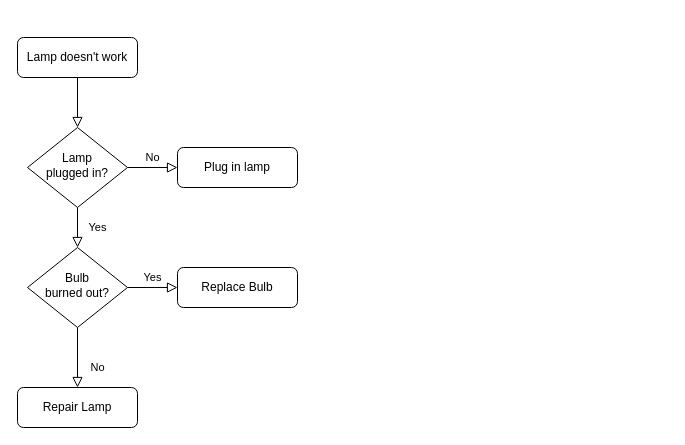
Above: Java 中构造哈希函数.drawio in sunplanter/DSA (draw.io), before the change. Source tidied: cells renumbered, new cells numbered last; positions are measured from the earlier drawing's top-left corner, leaving out a move shared by most shapes. Both pictures are drawn from the tidied source at 100%, with x=0, y=0 at pixel (17, 37).
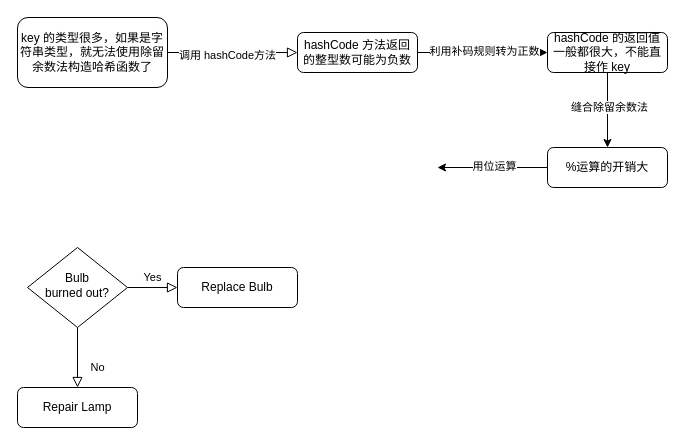
After the change.

Commit message:
更新Java 中构造哈希函数.drawio

The change refers to these unchanged cells:
```xml
<mxCell id="10" value="Bulb&lt;br&gt;burned out?" style="rhombus;whiteSpace=wrap;html=1;shadow=0;fontFamily=Helvetica;fontSize=12;align=center;strokeWidth=1;spacing=6;spacingTop=-4;" parent="1" vertex="1">
  <mxGeometry x="10" y="210" width="100" height="80" as="geometry" />
</mxCell>
```

Change to the diagram source:
```diff
@@
-    <mxCell id="2" style="rounded=0;html=1;jettySize=auto;fontSize=11;endArrow=block;endFill=0;endSize=8;strokeWidth=1;shadow=0;labelBackgroundColor=none;edgeStyle=orthogonalEdgeStyle;" parent="1" edge="1" source="3" target="6">
+    <mxCell id="2" style="rounded=0;html=1;jettySize=auto;fontSize=11;endArrow=block;endFill=0;endSize=8;strokeWidth=1;shadow=0;labelBackgroundColor=none;edgeStyle=orthogonalEdgeStyle;entryX=0;entryY=0.5;entryDx=0;entryDy=0;" parent="1" edge="1" source="3" target="7">
       <mxGeometry relative="1" as="geometry" />
     </mxCell>
+    <mxCell id="13" value="调用 hashCode方法" style="edgeLabel;html=1;align=center;verticalAlign=middle;" parent="2" vertex="1">
+      <mxGeometry x="-0.09" y="-2" relative="1" as="geometry" />
+    </mxCell>
-    <mxCell id="3" value="Lamp doesn't work" style="rounded=1;whiteSpace=wrap;html=1;fontSize=12;glass=0;strokeWidth=1;shadow=0;" parent="1" vertex="1">
-      <mxGeometry width="120" height="40" as="geometry" />
+    <mxCell id="3" value="key 的类型很多，如果是字符串类型，就无法使用除留余数法构造哈希函数了" style="rounded=1;whiteSpace=wrap;html=1;fontSize=12;glass=0;strokeWidth=1;shadow=0;" parent="1" vertex="1">
+      <mxGeometry y="-20" width="150" height="70" as="geometry" />
     </mxCell>
-    <mxCell id="4" value="Yes" style="rounded=0;html=1;jettySize=auto;fontSize=11;endArrow=block;endFill=0;endSize=8;strokeWidth=1;shadow=0;labelBackgroundColor=none;edgeStyle=orthogonalEdgeStyle;" parent="1" edge="1" source="6" target="10">
-      <mxGeometry y="20" relative="1" as="geometry" />
-    </mxCell>
-    <mxCell id="5" value="No" style="edgeStyle=orthogonalEdgeStyle;rounded=0;html=1;jettySize=auto;fontSize=11;endArrow=block;endFill=0;endSize=8;strokeWidth=1;shadow=0;labelBackgroundColor=none;" parent="1" edge="1" source="6" target="7">
-      <mxGeometry y="10" relative="1" as="geometry" />
-    </mxCell>
-    <mxCell id="6" value="Lamp&lt;br&gt;plugged in?" style="rhombus;whiteSpace=wrap;html=1;shadow=0;fontFamily=Helvetica;fontSize=12;align=center;strokeWidth=1;spacing=6;spacingTop=-4;" parent="1" vertex="1">
-      <mxGeometry x="10" y="90" width="100" height="80" as="geometry" />
-    </mxCell>
+    <mxCell id="14" style="edgeStyle=orthogonalEdgeStyle;rounded=0;jettySize=auto;html=1;exitX=1;exitY=0.5;exitDx=0;exitDy=0;entryX=0;entryY=0.5;entryDx=0;entryDy=0;" parent="1" edge="1" source="7" target="18">
+      <mxGeometry relative="1" as="geometry" />
+    </mxCell>
+    <mxCell id="15" value="利用补码规则转为正数" style="edgeLabel;html=1;align=center;verticalAlign=middle;" parent="14" vertex="1">
+      <mxGeometry x="0.01" y="2" relative="1" as="geometry" />
+    </mxCell>
-    <mxCell id="7" value="Plug in lamp" style="rounded=1;whiteSpace=wrap;html=1;fontSize=12;glass=0;strokeWidth=1;shadow=0;" parent="1" vertex="1">
-      <mxGeometry x="160" y="110" width="120" height="40" as="geometry" />
+    <mxCell id="7" value="hashCode 方法返回的整型数可能为负数" style="rounded=1;whiteSpace=wrap;html=1;fontSize=12;glass=0;strokeWidth=1;shadow=0;" parent="1" vertex="1">
+      <mxGeometry x="280" y="-5" width="120" height="40" as="geometry" />
     </mxCell>
@@
+    <mxCell id="16" style="edgeStyle=orthogonalEdgeStyle;rounded=0;jettySize=auto;html=1;exitX=0.5;exitY=1;exitDx=0;exitDy=0;entryX=0.5;entryY=0;entryDx=0;entryDy=0;" parent="1" edge="1" source="18" target="21">
+      <mxGeometry relative="1" as="geometry" />
+    </mxCell>
+    <mxCell id="17" value="缝合除留余数法" style="edgeLabel;html=1;align=center;verticalAlign=middle;" parent="16" vertex="1">
+      <mxGeometry x="-0.09" y="1" relative="1" as="geometry" />
+    </mxCell>
+    <mxCell id="18" value="hashCode 的返回值一般都很大，不能直接作 key" style="rounded=1;whiteSpace=wrap;html=1;fontSize=12;glass=0;strokeWidth=1;shadow=0;" parent="1" vertex="1">
+      <mxGeometry x="530" y="-5" width="120" height="40" as="geometry" />
+    </mxCell>
+    <mxCell id="19" style="edgeStyle=orthogonalEdgeStyle;rounded=0;jettySize=auto;html=1;" parent="1" edge="1" source="21">
+      <mxGeometry relative="1" as="geometry">
+        <mxPoint x="420" y="130" as="targetPoint" />
+      </mxGeometry>
+    </mxCell>
+    <mxCell id="20" value="用位运算" style="edgeLabel;html=1;align=center;verticalAlign=middle;" parent="19" vertex="1">
+      <mxGeometry x="-0.01" y="-1" relative="1" as="geometry">
+        <mxPoint x="1" y="-1" as="offset" />
+      </mxGeometry>
+    </mxCell>
+    <mxCell id="21" value="%运算的开销大" style="rounded=1;whiteSpace=wrap;html=1;fontSize=12;glass=0;strokeWidth=1;shadow=0;" parent="1" vertex="1">
+      <mxGeometry x="530" y="110" width="120" height="40" as="geometry" />
+    </mxCell>
```
